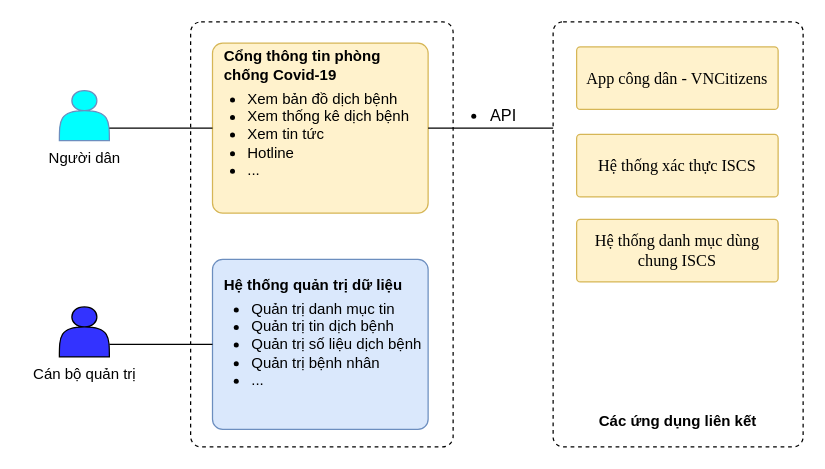
mitgaming/drawio keeps this draw.io diagram as Biểu đồ không có tiêu đề.drawio. Above is the earlier version. Source tidied: cells renumbered, new cells numbered last; positions are measured from the earlier drawing's top-left corner, leaving out a move shared by most shapes. Both pictures are drawn from the tidied source at 125%, with x=0, y=0 at pixel (21, 21).
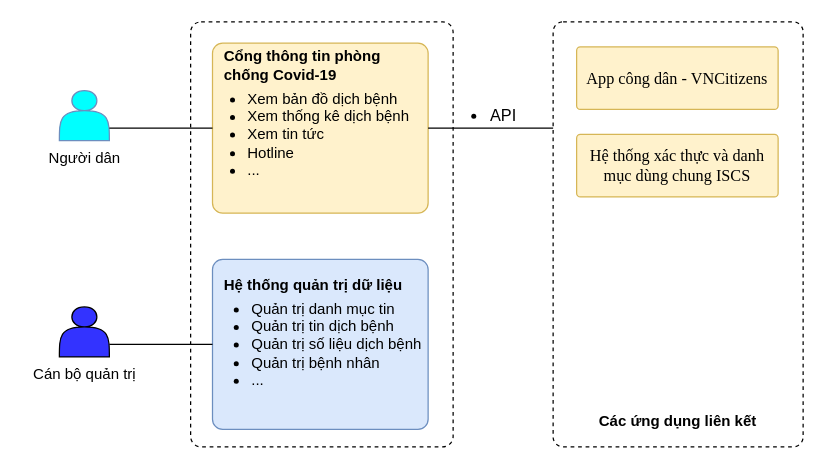
The same diagram, later.

Commit message (it also covers changes not shown here):
Cập nhật Biểu đồ không có tiêu đề.drawio

Change to the diagram source:
```diff
@@
-    <mxCell id="18" value="&lt;font face=&quot;times new roman, serif&quot;&gt;&lt;span style=&quot;font-size: 13px&quot;&gt;Hệ thống xác thực ISCS&lt;/span&gt;&lt;/font&gt;" style="rounded=1;whiteSpace=wrap;html=1;fillColor=#fff2cc;arcSize=6;strokeColor=#d6b656;align=center;" parent="1" vertex="1">
+    <mxCell id="18" value="&lt;font face=&quot;times new roman, serif&quot;&gt;&lt;span style=&quot;font-size: 13px&quot;&gt;Hệ thống xác thực và&amp;nbsp;&lt;/span&gt;&lt;/font&gt;&lt;span style=&quot;font-family: &amp;#34;times new roman&amp;#34; , serif ; font-size: 13px&quot;&gt;danh mục dùng chung ISCS&lt;/span&gt;" style="rounded=1;whiteSpace=wrap;html=1;fillColor=#fff2cc;arcSize=6;strokeColor=#d6b656;align=center;" parent="1" vertex="1">
       <mxGeometry x="443.8" y="90" width="161.2" height="50" as="geometry" />
     </mxCell>
-    <mxCell id="19" value="&lt;font face=&quot;times new roman, serif&quot;&gt;&lt;span style=&quot;font-size: 13px&quot;&gt;Hệ thống danh mục dùng chung ISCS&lt;/span&gt;&lt;/font&gt;" style="rounded=1;whiteSpace=wrap;html=1;fillColor=#fff2cc;arcSize=6;strokeColor=#d6b656;align=center;" parent="1" vertex="1">
-      <mxGeometry x="443.8" y="158" width="161.2" height="50" as="geometry" />
-    </mxCell>
```
